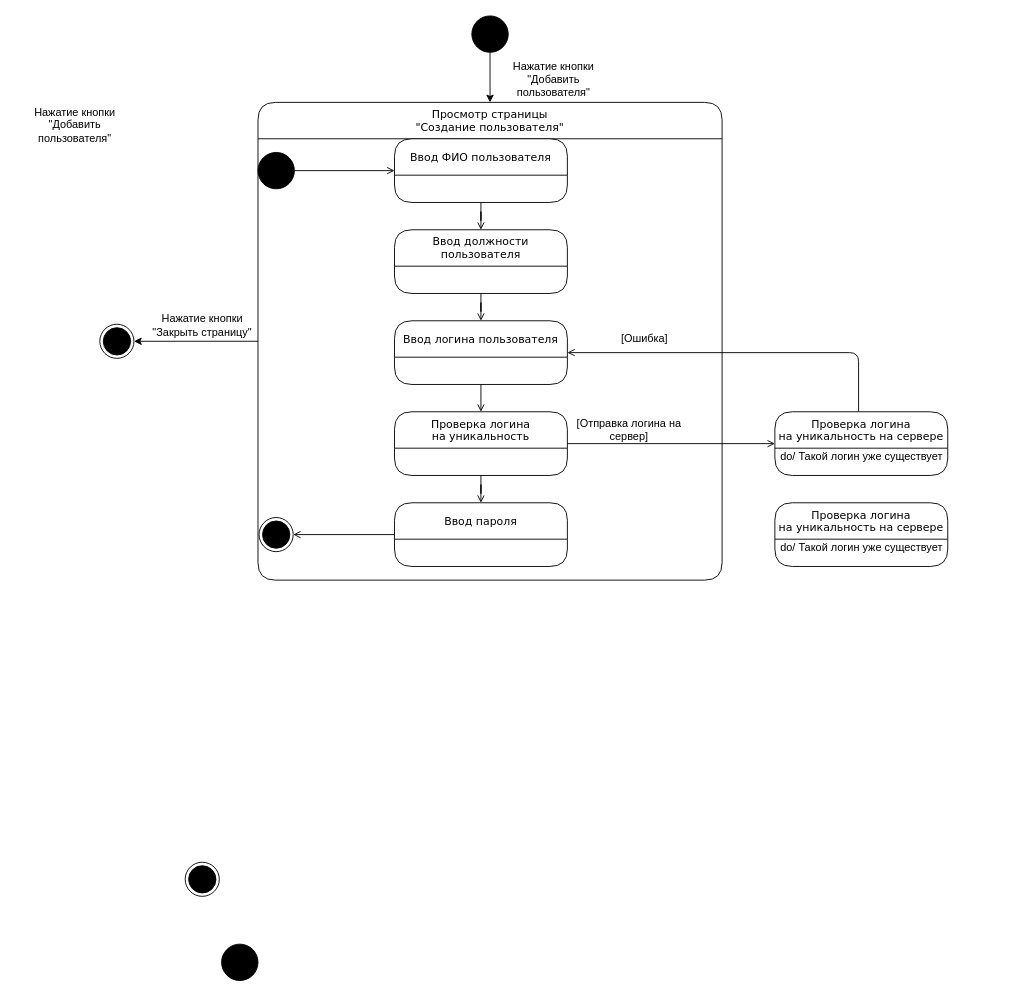
The draw.io diagram Курсач/Draw io/Диаграмма автоматов «Создание пользователя».drawio in JolyBin/-Study, before the edit. Source tidied: cells renumbered, new cells numbered last; positions are measured from the earlier drawing's top-left corner, leaving out a move shared by most shapes. Both pictures are drawn from the tidied source at 91%, with x=0, y=0 at pixel (15, 15).
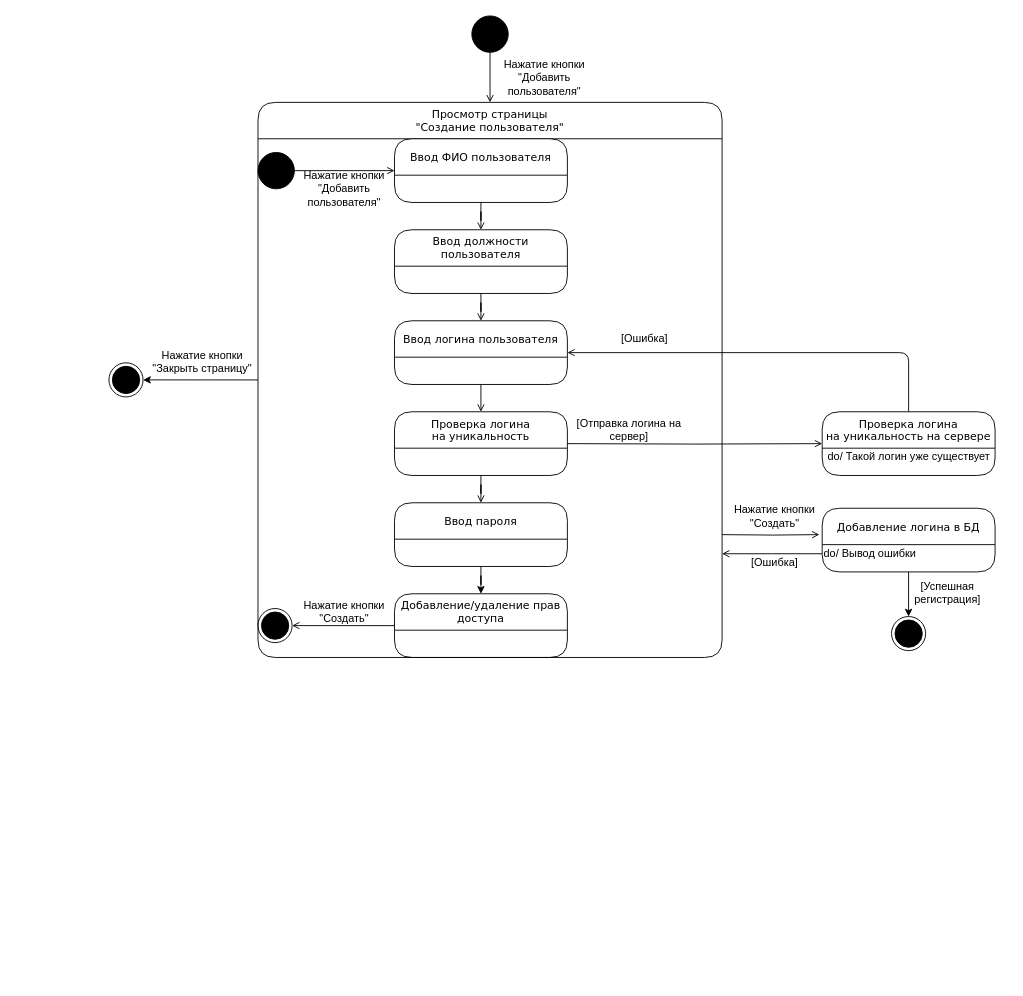
After the change.

Commit message (it also covers changes not shown here):
Добавил диаграмму автоматов для логиста

Unchanged cells that the change refers to:
```xml
<mxCell id="25" style="ellipse;whiteSpace=wrap;html=1;fillColor=#000000;" parent="1" vertex="1">
  <mxGeometry x="501" width="40" height="40" as="geometry" />
</mxCell>
```

Change to the diagram source:
```diff
@@
     <mxCell id="3" value="Просмотр страницы&#10;&quot;Создание пользователя&quot;" style="swimlane;fontStyle=0;horizontal=1;startSize=40;swimlaneFillColor=none;align=center;rounded=1;shadow=0;comic=0;labelBackgroundColor=none;strokeWidth=1;fontFamily=Verdana;fontSize=12;swimlaneLine=1;arcSize=16;" parent="1" vertex="1">
-      <mxGeometry x="266" y="95" width="510" height="525" as="geometry" />
+      <mxGeometry x="266" y="95" width="510" height="610" as="geometry" />
     </mxCell>
-    <mxCell id="4" style="group;" parent="3" vertex="1">
-      <mxGeometry y="40" width="510" height="470" as="geometry" />
-    </mxCell>
-    <mxCell id="5" style="group;" parent="4" vertex="1">
-      <mxGeometry x="1.2" y="416.2" width="37.5" height="37.5" as="geometry" />
-    </mxCell>
-    <mxCell id="6" style="group;" parent="5" vertex="1">
-      <mxGeometry width="37.5" height="37.5" as="geometry" />
-    </mxCell>
-    <mxCell id="7" style="ellipse;whiteSpace=wrap;html=1;fillColor=#000000;" parent="6" vertex="1">
-      <mxGeometry x="3.8" y="3.8" width="30" height="30" as="geometry" />
-    </mxCell>
-    <mxCell id="8" style="ellipse;whiteSpace=wrap;html=1;fillColor=none;" parent="6" vertex="1">
-      <mxGeometry width="37.5" height="37.5" as="geometry" />
-    </mxCell>
+    <mxCell id="43" style="group;" parent="3" vertex="1">
+      <mxGeometry y="40" width="510" height="570" as="geometry" />
+    </mxCell>
+    <mxCell id="32" value="Нажатие кнопки &quot;Добавить пользователя&quot;" style="text;html=1;strokeColor=none;fillColor=none;align=center;verticalAlign=middle;whiteSpace=wrap;rounded=0;" parent="43" vertex="1">
+      <mxGeometry x="30" y="45" width="130" height="20" as="geometry" />
+    </mxCell>
+    <mxCell id="44" value="Нажатие кнопки &quot;Создать&quot;" style="text;html=1;strokeColor=none;fillColor=none;align=center;verticalAlign=middle;whiteSpace=wrap;rounded=0;" parent="43" vertex="1">
+      <mxGeometry x="30" y="510" width="130" height="20" as="geometry" />
+    </mxCell>
+    <mxCell id="45" style="group;" parent="43" vertex="1">
+      <mxGeometry y="516.2" width="37.5" height="37.5" as="geometry" />
+    </mxCell>
+    <mxCell id="46" style="group;" parent="45" vertex="1">
+      <mxGeometry width="37.5" height="37.5" as="geometry" />
+    </mxCell>
+    <mxCell id="47" style="ellipse;whiteSpace=wrap;html=1;fillColor=#000000;" parent="46" vertex="1">
+      <mxGeometry x="3.8" y="3.8" width="30" height="30" as="geometry" />
+    </mxCell>
+    <mxCell id="48" style="ellipse;whiteSpace=wrap;html=1;fillColor=none;" parent="46" vertex="1">
+      <mxGeometry width="37.5" height="37.5" as="geometry" />
+    </mxCell>
-    <mxCell id="9" style="ellipse;whiteSpace=wrap;html=1;fillColor=#000000;" parent="4" vertex="1">
+    <mxCell id="9" style="ellipse;whiteSpace=wrap;html=1;fillColor=#000000;" parent="43" vertex="1">
       <mxGeometry y="15" width="40" height="40" as="geometry" />
     </mxCell>
-    <mxCell id="10" value="Ввод ФИО пользователя" style="swimlane;fontStyle=0;horizontal=1;startSize=40;swimlaneFillColor=none;align=center;rounded=1;shadow=0;comic=0;labelBackgroundColor=none;strokeWidth=1;fontFamily=Verdana;fontSize=12;swimlaneLine=1;arcSize=16;" parent="4" vertex="1">
+    <mxCell id="10" value="Ввод ФИО пользователя" style="swimlane;fontStyle=0;horizontal=1;startSize=40;swimlaneFillColor=none;align=center;rounded=1;shadow=0;comic=0;labelBackgroundColor=none;strokeWidth=1;fontFamily=Verdana;fontSize=12;swimlaneLine=1;arcSize=16;" parent="43" vertex="1">
       <mxGeometry x="150" width="190" height="70" as="geometry" />
     </mxCell>
-    <mxCell id="11" style="edgeStyle=orthogonalEdgeStyle;rounded=0;jettySize=auto;html=1;entryX=0;entryY=0.5;entryDx=0;entryDy=0;fontColor=none;endArrow=open;endFill=0;" parent="4" edge="1" source="9" target="10">
+    <mxCell id="11" style="edgeStyle=orthogonalEdgeStyle;rounded=0;jettySize=auto;html=1;entryX=0;entryY=0.5;entryDx=0;entryDy=0;fontColor=none;endArrow=open;endFill=0;" parent="43" edge="1" source="9" target="10">
       <mxGeometry relative="1" as="geometry" />
     </mxCell>
-    <mxCell id="12" value="Ввод должности пользователя" style="swimlane;fontStyle=0;horizontal=1;startSize=40;swimlaneFillColor=none;align=center;rounded=1;shadow=0;comic=0;labelBackgroundColor=none;strokeWidth=1;fontFamily=Verdana;fontSize=12;swimlaneLine=1;arcSize=16;whiteSpace=wrap;" parent="4" vertex="1">
+    <mxCell id="12" value="Ввод должности пользователя" style="swimlane;fontStyle=0;horizontal=1;startSize=40;swimlaneFillColor=none;align=center;rounded=1;shadow=0;comic=0;labelBackgroundColor=none;strokeWidth=1;fontFamily=Verdana;fontSize=12;swimlaneLine=1;arcSize=16;whiteSpace=wrap;" parent="43" vertex="1">
       <mxGeometry x="150" y="100" width="190" height="70" as="geometry" />
     </mxCell>
-    <mxCell id="13" style="edgeStyle=orthogonalEdgeStyle;rounded=0;jettySize=auto;html=1;entryX=0.5;entryY=0;entryDx=0;entryDy=0;fontColor=none;endArrow=open;endFill=0;" parent="4" edge="1" source="10" target="12">
+    <mxCell id="13" style="edgeStyle=orthogonalEdgeStyle;rounded=0;jettySize=auto;html=1;entryX=0.5;entryY=0;entryDx=0;entryDy=0;fontColor=none;endArrow=open;endFill=0;" parent="43" edge="1" source="10" target="12">
       <mxGeometry relative="1" as="geometry" />
     </mxCell>
-    <mxCell id="14" value="Ввод логина пользователя" style="swimlane;fontStyle=0;horizontal=1;startSize=40;swimlaneFillColor=none;align=center;rounded=1;shadow=0;comic=0;labelBackgroundColor=none;strokeWidth=1;fontFamily=Verdana;fontSize=12;swimlaneLine=1;arcSize=16;" parent="4" vertex="1">
+    <mxCell id="14" value="Ввод логина пользователя" style="swimlane;fontStyle=0;horizontal=1;startSize=40;swimlaneFillColor=none;align=center;rounded=1;shadow=0;comic=0;labelBackgroundColor=none;strokeWidth=1;fontFamily=Verdana;fontSize=12;swimlaneLine=1;arcSize=16;" parent="43" vertex="1">
       <mxGeometry x="150" y="200" width="190" height="70" as="geometry" />
     </mxCell>
-    <mxCell id="15" style="edgeStyle=orthogonalEdgeStyle;rounded=0;jettySize=auto;html=1;entryX=0.5;entryY=0;entryDx=0;entryDy=0;fontColor=none;endArrow=open;endFill=0;" parent="4" edge="1" source="12" target="14">
+    <mxCell id="15" style="edgeStyle=orthogonalEdgeStyle;rounded=0;jettySize=auto;html=1;entryX=0.5;entryY=0;entryDx=0;entryDy=0;fontColor=none;endArrow=open;endFill=0;" parent="43" edge="1" source="12" target="14">
       <mxGeometry relative="1" as="geometry" />
     </mxCell>
-    <mxCell id="16" value="Проверка логина&#10;на уникальность" style="swimlane;fontStyle=0;horizontal=1;startSize=40;swimlaneFillColor=none;align=center;rounded=1;shadow=0;comic=0;labelBackgroundColor=none;strokeWidth=1;fontFamily=Verdana;fontSize=12;swimlaneLine=1;arcSize=16;" parent="4" vertex="1">
+    <mxCell id="16" value="Проверка логина&#10;на уникальность" style="swimlane;fontStyle=0;horizontal=1;startSize=40;swimlaneFillColor=none;align=center;rounded=1;shadow=0;comic=0;labelBackgroundColor=none;strokeWidth=1;fontFamily=Verdana;fontSize=12;swimlaneLine=1;arcSize=16;" parent="43" vertex="1">
       <mxGeometry x="150" y="300" width="190" height="70" as="geometry" />
     </mxCell>
-    <mxCell id="17" style="edgeStyle=orthogonalEdgeStyle;rounded=0;jettySize=auto;html=1;exitX=0.5;exitY=1;exitDx=0;exitDy=0;entryX=0.5;entryY=0;entryDx=0;entryDy=0;fontColor=none;endArrow=open;endFill=0;" parent="4" edge="1" source="14" target="16">
+    <mxCell id="17" style="edgeStyle=orthogonalEdgeStyle;rounded=0;jettySize=auto;html=1;exitX=0.5;exitY=1;exitDx=0;exitDy=0;entryX=0.5;entryY=0;entryDx=0;entryDy=0;fontColor=none;endArrow=open;endFill=0;" parent="43" edge="1" source="14" target="16">
       <mxGeometry relative="1" as="geometry" />
     </mxCell>
-    <mxCell id="18" style="edgeStyle=orthogonalEdgeStyle;rounded=0;jettySize=auto;html=1;entryX=1;entryY=0.5;entryDx=0;entryDy=0;endArrow=open;endFill=0;fontColor=none;" parent="4" edge="1" source="19" target="8">
-      <mxGeometry relative="1" as="geometry" />
-    </mxCell>
-    <mxCell id="19" value="Ввод пароля" style="swimlane;fontStyle=0;horizontal=1;startSize=40;swimlaneFillColor=none;align=center;rounded=1;shadow=0;comic=0;labelBackgroundColor=none;strokeWidth=1;fontFamily=Verdana;fontSize=12;swimlaneLine=1;arcSize=16;" parent="4" vertex="1">
+    <mxCell id="19" value="Ввод пароля" style="swimlane;fontStyle=0;horizontal=1;startSize=40;swimlaneFillColor=none;align=center;rounded=1;shadow=0;comic=0;labelBackgroundColor=none;strokeWidth=1;fontFamily=Verdana;fontSize=12;swimlaneLine=1;arcSize=16;" parent="43" vertex="1">
       <mxGeometry x="150" y="400" width="190" height="70" as="geometry" />
     </mxCell>
-    <mxCell id="20" style="edgeStyle=orthogonalEdgeStyle;rounded=0;jettySize=auto;html=1;entryX=0.5;entryY=0;entryDx=0;entryDy=0;fontColor=none;endArrow=open;endFill=0;" parent="4" edge="1" source="16" target="19">
+    <mxCell id="20" style="edgeStyle=orthogonalEdgeStyle;rounded=0;jettySize=auto;html=1;entryX=0.5;entryY=0;entryDx=0;entryDy=0;fontColor=none;endArrow=open;endFill=0;" parent="43" edge="1" source="16" target="19">
       <mxGeometry relative="1" as="geometry" />
     </mxCell>
-    <mxCell id="21" value="[Отправка логина на сервер]" style="text;html=1;strokeColor=none;fillColor=none;align=center;verticalAlign=middle;whiteSpace=wrap;rounded=0;" parent="4" vertex="1">
+    <mxCell id="21" value="[Отправка логина на сервер]" style="text;html=1;strokeColor=none;fillColor=none;align=center;verticalAlign=middle;whiteSpace=wrap;rounded=0;" parent="43" vertex="1">
       <mxGeometry x="343.3" y="310" width="130" height="20" as="geometry" />
     </mxCell>
-    <mxCell id="22" value="[Ошибка]" style="text;html=1;strokeColor=none;fillColor=none;align=center;verticalAlign=middle;whiteSpace=wrap;rounded=0;" parent="4" vertex="1">
+    <mxCell id="22" value="[Ошибка]" style="text;html=1;strokeColor=none;fillColor=none;align=center;verticalAlign=middle;whiteSpace=wrap;rounded=0;" parent="43" vertex="1">
       <mxGeometry x="360" y="210" width="130" height="20" as="geometry" />
     </mxCell>
-    <mxCell id="23" style="ellipse;whiteSpace=wrap;html=1;fillColor=#000000;" parent="1" vertex="1">
-      <mxGeometry x="226" y="1020" width="40" height="40" as="geometry" />
-    </mxCell>
+    <mxCell id="49" style="edgeStyle=orthogonalEdgeStyle;rounded=0;jettySize=auto;html=1;exitX=0;exitY=0.5;exitDx=0;exitDy=0;entryX=1;entryY=0.5;entryDx=0;entryDy=0;endArrow=open;endFill=0;" parent="43" edge="1" source="50" target="48">
+      <mxGeometry relative="1" as="geometry" />
+    </mxCell>
+    <mxCell id="50" value="Добавление/удаление прав доступа" style="swimlane;fontStyle=0;horizontal=1;startSize=40;swimlaneFillColor=none;align=center;rounded=1;shadow=0;comic=0;labelBackgroundColor=none;strokeWidth=1;fontFamily=Verdana;fontSize=12;swimlaneLine=1;arcSize=16;whiteSpace=wrap;" parent="43" vertex="1">
+      <mxGeometry x="150" y="500" width="190" height="70" as="geometry" />
+    </mxCell>
+    <mxCell id="51" style="edgeStyle=orthogonalEdgeStyle;rounded=0;jettySize=auto;html=1;" parent="43" edge="1" source="19" target="50">
+      <mxGeometry relative="1" as="geometry" />
+    </mxCell>
     <mxCell id="24" value="Нажатие кнопки &quot;Закрыть страницу&quot;" style="text;html=1;strokeColor=none;fillColor=none;align=center;verticalAlign=middle;whiteSpace=wrap;rounded=0;" parent="1" vertex="1">
-      <mxGeometry x="139.8" y="330" width="130" height="20" as="geometry" />
+      <mxGeometry x="139.8" y="370" width="130" height="20" as="geometry" />
     </mxCell>
+    <mxCell id="26" style="edgeStyle=orthogonalEdgeStyle;rounded=0;jettySize=auto;html=1;entryX=0.5;entryY=0;entryDx=0;entryDy=0;endArrow=open;endFill=0;" parent="1" edge="1" source="25" target="3">
+      <mxGeometry relative="1" as="geometry" />
+    </mxCell>
@@
-    <mxCell id="26" style="endArrow=classic;html=1;exitX=0.5;exitY=1;exitDx=0;exitDy=0;entryX=0.5;entryY=0;entryDx=0;entryDy=0;" parent="1" edge="1" source="25" target="3">
-      <mxGeometry relative="1" as="geometry" />
-    </mxCell>
     <mxCell id="27" value="Нажатие кнопки &quot;Добавить пользователя&quot;" style="text;html=1;strokeColor=none;fillColor=none;align=center;verticalAlign=middle;whiteSpace=wrap;rounded=0;" parent="1" vertex="1">
-      <mxGeometry x="526" y="60" width="130" height="20" as="geometry" />
+      <mxGeometry x="516" y="58" width="130" height="20" as="geometry" />
     </mxCell>
     <mxCell id="28" style="group;" parent="1" vertex="1">
-      <mxGeometry x="92.2" y="338.8" width="37.5" height="37.5" as="geometry" />
+      <mxGeometry x="102.2" y="381.2" width="37.5" height="37.5" as="geometry" />
     </mxCell>
@@
-    <mxCell id="32" value="Нажатие кнопки &quot;Добавить пользователя&quot;" style="text;html=1;strokeColor=none;fillColor=none;align=center;verticalAlign=middle;whiteSpace=wrap;rounded=0;" parent="1" vertex="1">
-      <mxGeometry x="-0.2" y="110" width="130" height="20" as="geometry" />
-    </mxCell>
-    <mxCell id="33" style="group;" parent="1" vertex="1">
-      <mxGeometry x="186" y="930" width="37.5" height="37.5" as="geometry" />
-    </mxCell>
-    <mxCell id="34" style="group;" parent="33" vertex="1">
-      <mxGeometry width="37.5" height="37.5" as="geometry" />
-    </mxCell>
-    <mxCell id="35" style="ellipse;whiteSpace=wrap;html=1;fillColor=#000000;" parent="34" vertex="1">
-      <mxGeometry x="3.8" y="3.8" width="30" height="30" as="geometry" />
-    </mxCell>
-    <mxCell id="36" style="ellipse;whiteSpace=wrap;html=1;fillColor=none;" parent="34" vertex="1">
-      <mxGeometry width="37.5" height="37.5" as="geometry" />
-    </mxCell>
-    <mxCell id="37" style="edgeStyle=orthogonalEdgeStyle;rounded=1;jettySize=auto;html=1;entryX=1;entryY=0.5;entryDx=0;entryDy=0;endArrow=open;endFill=0;fontColor=none;" parent="1" edge="1" source="39" target="14">
+    <mxCell id="37" style="edgeStyle=orthogonalEdgeStyle;rounded=1;jettySize=auto;html=1;entryX=1;entryY=0.5;entryDx=0;entryDy=0;endArrow=open;endFill=0;fontColor=none;" parent="1" edge="1" source="39">
       <mxGeometry relative="1" as="geometry">
+        <mxPoint x="606" y="370" as="targetPoint" />
         <Array as="points">
-          <mxPoint x="926" y="370" />
+          <mxPoint x="981" y="370" />
         </Array>
       </mxGeometry>
     </mxCell>
-    <mxCell id="38" style="edgeStyle=orthogonalEdgeStyle;rounded=0;jettySize=auto;html=1;entryX=0;entryY=0.5;entryDx=0;entryDy=0;endArrow=open;endFill=0;fontColor=none;" parent="1" edge="1" source="16" target="39">
-      <mxGeometry relative="1" as="geometry" />
+    <mxCell id="38" style="edgeStyle=orthogonalEdgeStyle;rounded=0;jettySize=auto;html=1;entryX=0;entryY=0.5;entryDx=0;entryDy=0;endArrow=open;endFill=0;fontColor=none;" parent="1" edge="1" target="39">
+      <mxGeometry relative="1" as="geometry">
+        <mxPoint x="606" y="470" as="sourcePoint" />
+      </mxGeometry>
     </mxCell>
+    <mxCell id="52" style="edgeStyle=orthogonalEdgeStyle;rounded=0;jettySize=auto;html=1;endArrow=open;endFill=0;fontColor=none;entryX=-0.016;entryY=0.414;entryDx=0;entryDy=0;entryPerimeter=0;" parent="1" edge="1" target="41">
+      <mxGeometry relative="1" as="geometry">
+        <mxPoint x="776" y="570" as="sourcePoint" />
+      </mxGeometry>
+    </mxCell>
+    <mxCell id="53" style="edgeStyle=orthogonalEdgeStyle;rounded=0;jettySize=auto;html=1;entryX=0.5;entryY=0;entryDx=0;entryDy=0;" parent="1" edge="1" source="41" target="58">
+      <mxGeometry relative="1" as="geometry" />
+    </mxCell>
+    <mxCell id="54" value="Нажатие кнопки &quot;Создать&quot;" style="text;html=1;strokeColor=none;fillColor=none;align=center;verticalAlign=middle;whiteSpace=wrap;rounded=0;" parent="1" vertex="1">
+      <mxGeometry x="769" y="540" width="130" height="20" as="geometry" />
+    </mxCell>
+    <mxCell id="55" style="group;" parent="1" vertex="1">
+      <mxGeometry x="962.2" y="660" width="37.5" height="37.5" as="geometry" />
+    </mxCell>
+    <mxCell id="56" style="group;" parent="55" vertex="1">
+      <mxGeometry width="37.5" height="37.5" as="geometry" />
+    </mxCell>
+    <mxCell id="57" style="ellipse;whiteSpace=wrap;html=1;fillColor=#000000;" parent="56" vertex="1">
+      <mxGeometry x="3.8" y="3.8" width="30" height="30" as="geometry" />
+    </mxCell>
+    <mxCell id="58" style="ellipse;whiteSpace=wrap;html=1;fillColor=none;" parent="56" vertex="1">
+      <mxGeometry width="37.5" height="37.5" as="geometry" />
+    </mxCell>
+    <mxCell id="59" value="[Ошибка]" style="text;html=1;strokeColor=none;fillColor=none;align=center;verticalAlign=middle;whiteSpace=wrap;rounded=0;" parent="1" vertex="1">
+      <mxGeometry x="769" y="591" width="130" height="20" as="geometry" />
+    </mxCell>
+    <mxCell id="60" value="[Успешная регистрация]" style="text;html=1;strokeColor=none;fillColor=none;align=center;verticalAlign=middle;whiteSpace=wrap;rounded=0;" parent="1" vertex="1">
+      <mxGeometry x="959.2" y="624" width="130" height="20" as="geometry" />
+    </mxCell>
+    <mxCell id="61" style="edgeStyle=orthogonalEdgeStyle;rounded=0;jettySize=auto;html=1;endArrow=open;endFill=0;" parent="1" edge="1" source="62">
+      <mxGeometry relative="1" as="geometry">
+        <mxPoint x="776" y="591" as="targetPoint" />
+      </mxGeometry>
+    </mxCell>
+    <mxCell id="41" value="Добавление логина в БД" style="swimlane;fontStyle=0;horizontal=1;startSize=40;swimlaneFillColor=none;align=center;rounded=1;shadow=0;comic=0;labelBackgroundColor=none;strokeWidth=1;fontFamily=Verdana;fontSize=12;swimlaneLine=1;arcSize=16;" parent="1" vertex="1">
+      <mxGeometry x="886" y="541" width="190" height="70" as="geometry" />
+    </mxCell>
+    <mxCell id="62" value="do/ Вывод ошибки" style="text;html=1;align=left;verticalAlign=middle;points=[];" parent="41" vertex="1">
+      <mxGeometry y="40" width="190" height="20" as="geometry" />
+    </mxCell>
     <mxCell id="39" value="Проверка логина&#10;на уникальность на сервере" style="swimlane;fontStyle=0;horizontal=1;startSize=40;swimlaneFillColor=none;align=center;rounded=1;shadow=0;comic=0;labelBackgroundColor=none;strokeWidth=1;fontFamily=Verdana;fontSize=12;swimlaneLine=1;arcSize=16;" parent="1" vertex="1">
-      <mxGeometry x="834" y="435" width="190" height="70" as="geometry" />
+      <mxGeometry x="886" y="435" width="190" height="70" as="geometry" />
     </mxCell>
@@
-    <mxCell id="41" value="Проверка логина&#10;на уникальность на сервере" style="swimlane;fontStyle=0;horizontal=1;startSize=40;swimlaneFillColor=none;align=center;rounded=1;shadow=0;comic=0;labelBackgroundColor=none;strokeWidth=1;fontFamily=Verdana;fontSize=12;swimlaneLine=1;arcSize=16;" parent="1" vertex="1">
-      <mxGeometry x="834" y="535" width="190" height="70" as="geometry" />
-    </mxCell>
-    <mxCell id="42" value="do/ Такой логин уже существует" style="text;html=1;align=center;verticalAlign=middle;fontColor=none;" parent="41" vertex="1">
-      <mxGeometry y="40" width="190" height="20" as="geometry" />
-    </mxCell>
```
